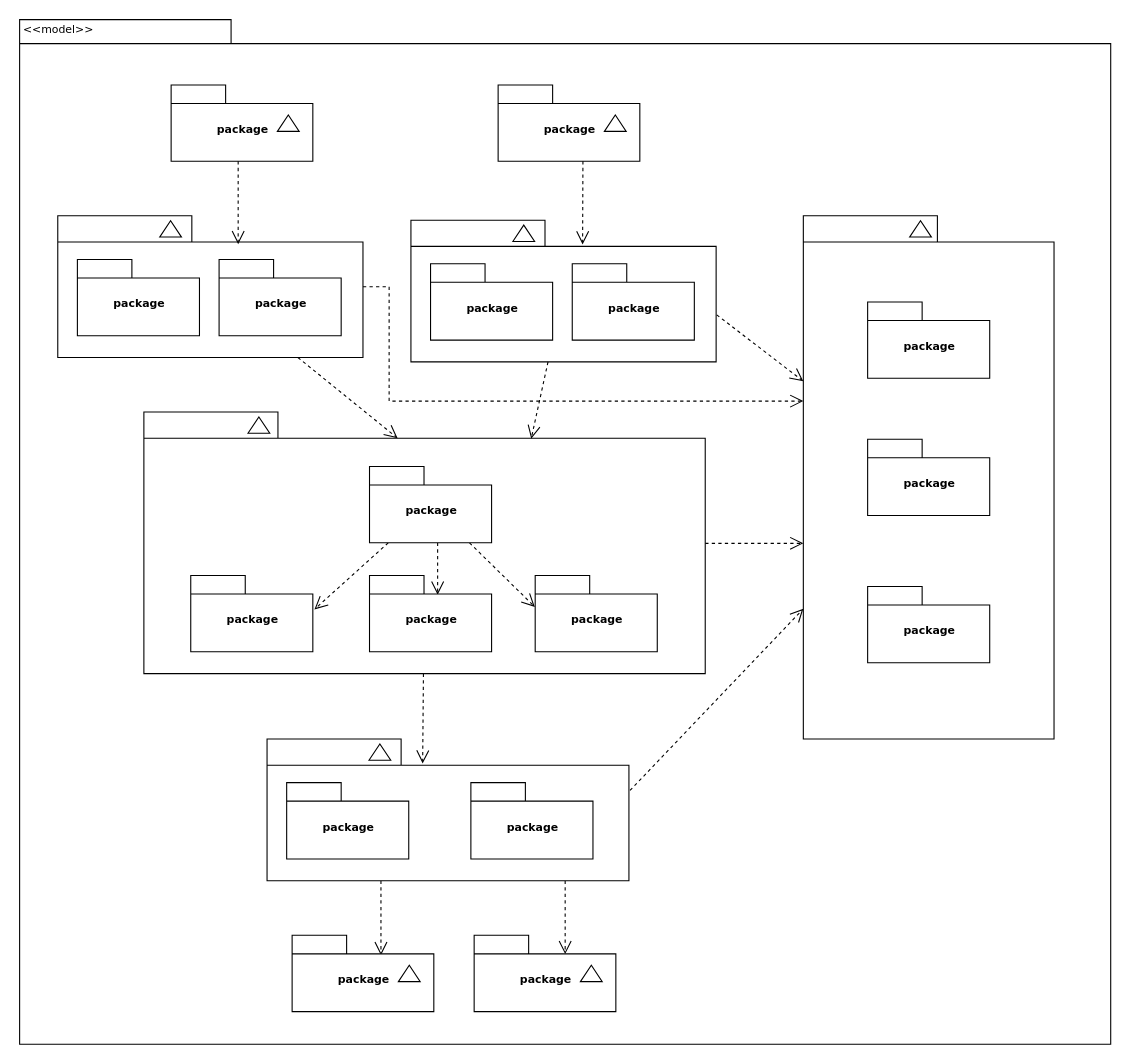
Arxonus/Programms keeps this draw.io diagram as Untitled Diagram.drawio. Above is the earlier version. Source tidied: cells renumbered, new cells numbered last; positions are measured from the earlier drawing's top-left corner, leaving out a move shared by most shapes. Both pictures are drawn from the tidied source at 109%, with x=0, y=0 at pixel (19, 19).
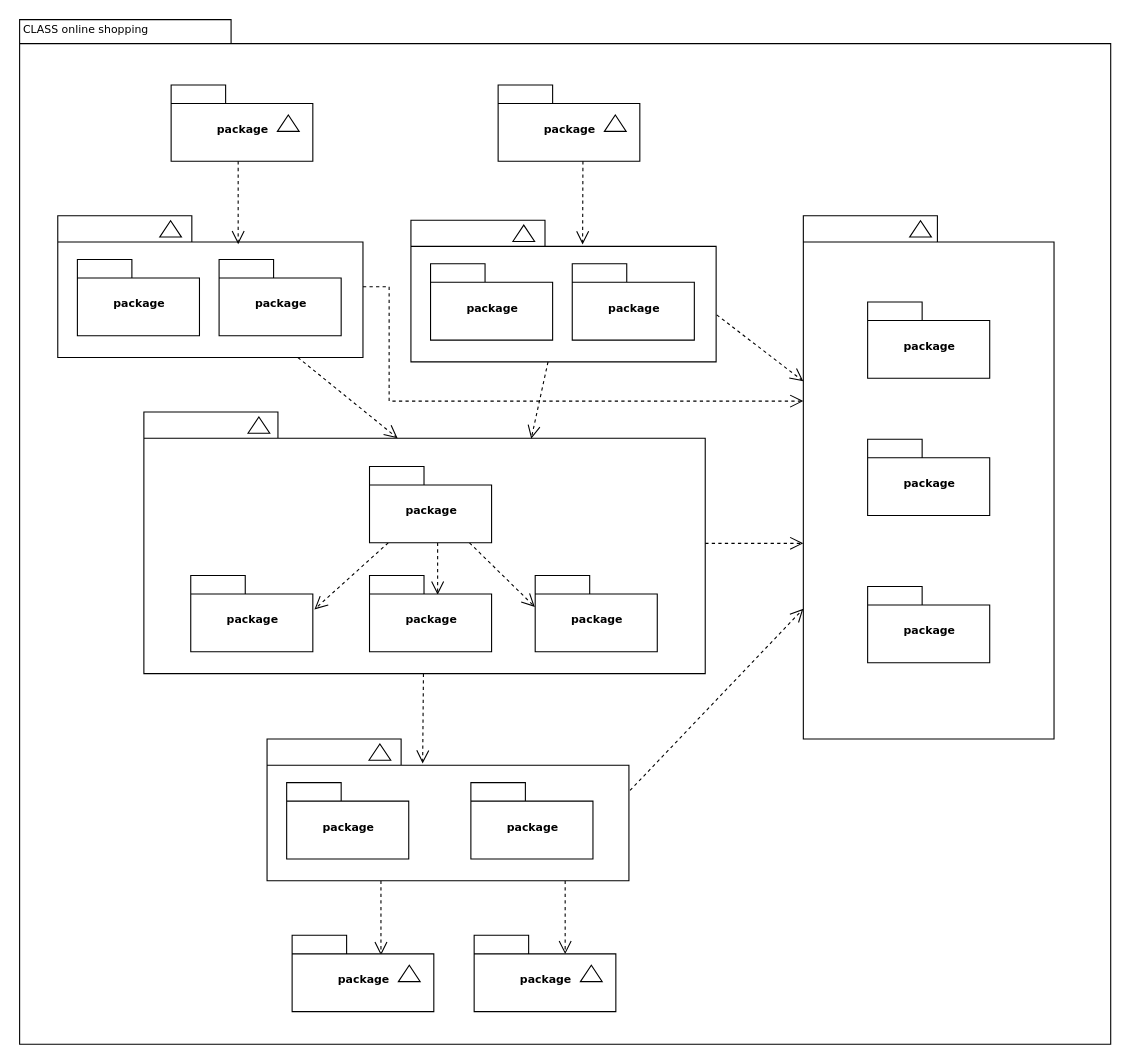
After the change.

Change to the diagram source:
```diff
@@
-    <mxCell id="56" value="&amp;lt;&amp;lt;model&amp;gt;&amp;gt;" style="text;html=1;align=left;verticalAlign=top;spacingTop=-4;fontSize=10;fontFamily=Verdana;" parent="1" vertex="1">
+    <mxCell id="56" value="CLASS online shopping" style="text;html=1;align=left;verticalAlign=top;spacingTop=-4;fontSize=10;fontFamily=Verdana;" parent="1" vertex="1">
       <mxGeometry x="1.5" y="0.5" width="130" height="20" as="geometry" />
     </mxCell>
```
